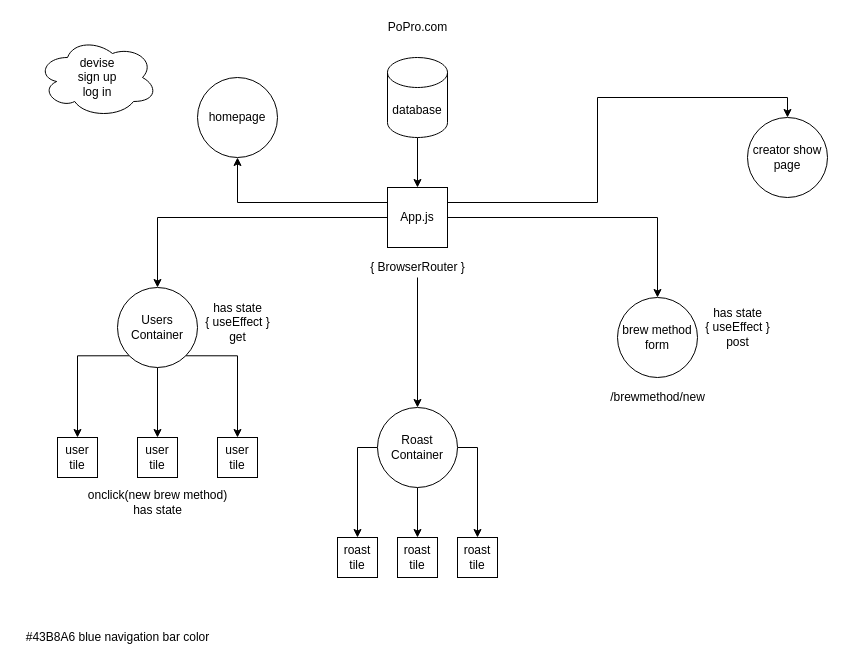
Earlier version of the draw.io diagram ComponentsBreakableToy.drawio (SalimAkram/breakable-toyv1). Source tidied: cells renumbered, new cells numbered last; positions are measured from the earlier drawing's top-left corner, leaving out a move shared by most shapes. Both pictures are drawn from the tidied source at 100%, with x=0, y=0 at pixel (17, 17).
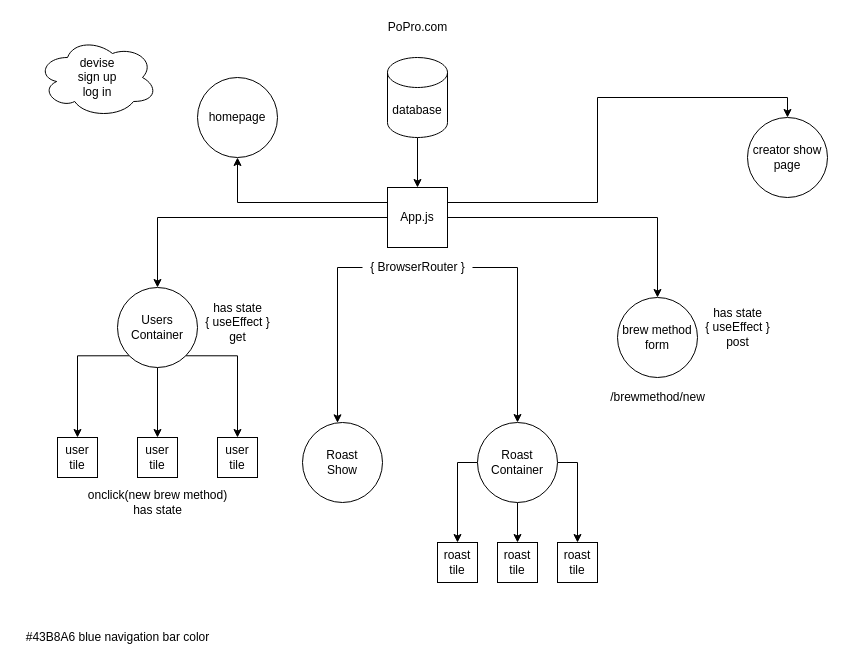
After the change.

The change refers to these unchanged cells:
```xml
<mxCell id="16" value="{ BrowserRouter }" style="text;html=1;align=center;verticalAlign=middle;points=[];" parent="1" vertex="1">
  <mxGeometry x="345" y="240" width="110" height="20" as="geometry" />
</mxCell>
```

Change to the diagram source:
```diff
@@
+    <mxCell id="35" style="edgeStyle=orthogonalEdgeStyle;rounded=0;jettySize=auto;html=1;" parent="1" edge="1" source="16" target="36">
+      <mxGeometry relative="1" as="geometry">
+        <Array as="points">
+          <mxPoint x="320" y="250" />
+        </Array>
+      </mxGeometry>
+    </mxCell>
@@
     <mxCell id="30" value="Roast&lt;br&gt;Container" style="ellipse;whiteSpace=wrap;html=1;" parent="1" vertex="1">
-      <mxGeometry x="360" y="390" width="80" height="80" as="geometry" />
+      <mxGeometry x="460" y="405" width="80" height="80" as="geometry" />
     </mxCell>
     <mxCell id="31" value="roast&lt;br&gt;tile" style="whiteSpace=wrap;html=1;" parent="1" vertex="1">
-      <mxGeometry x="380" y="520" width="40" height="40" as="geometry" />
+      <mxGeometry x="480" y="525" width="40" height="40" as="geometry" />
     </mxCell>
     <mxCell id="32" value="roast&lt;br&gt;tile&lt;br&gt;" style="whiteSpace=wrap;html=1;" parent="1" vertex="1">
-      <mxGeometry x="440" y="520" width="40" height="40" as="geometry" />
+      <mxGeometry x="540" y="525" width="40" height="40" as="geometry" />
     </mxCell>
     <mxCell id="33" value="roast&lt;br&gt;tile" style="whiteSpace=wrap;html=1;" parent="1" vertex="1">
-      <mxGeometry x="320" y="520" width="40" height="40" as="geometry" />
+      <mxGeometry x="420" y="525" width="40" height="40" as="geometry" />
     </mxCell>
@@
+    <mxCell id="36" value="Roast&lt;br&gt;Show" style="ellipse;whiteSpace=wrap;html=1;" parent="1" vertex="1">
+      <mxGeometry x="285" y="405" width="80" height="80" as="geometry" />
+    </mxCell>
```
